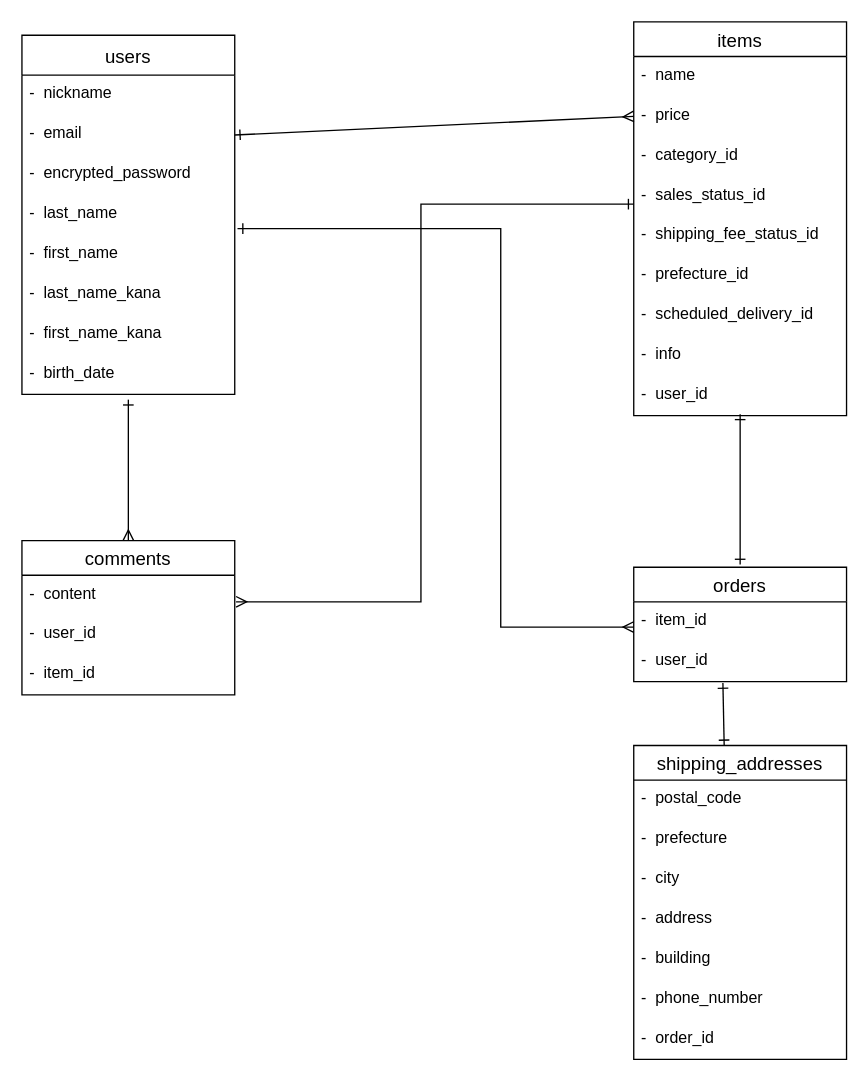
The draw.io diagram furima.dio in kkatht/furima-40022, before the edit. Source tidied: cells renumbered, new cells numbered last; positions are measured from the earlier drawing's top-left corner, leaving out a move shared by most shapes. Both pictures are drawn from the tidied source at 133%, with x=0, y=0 at pixel (21, 21).
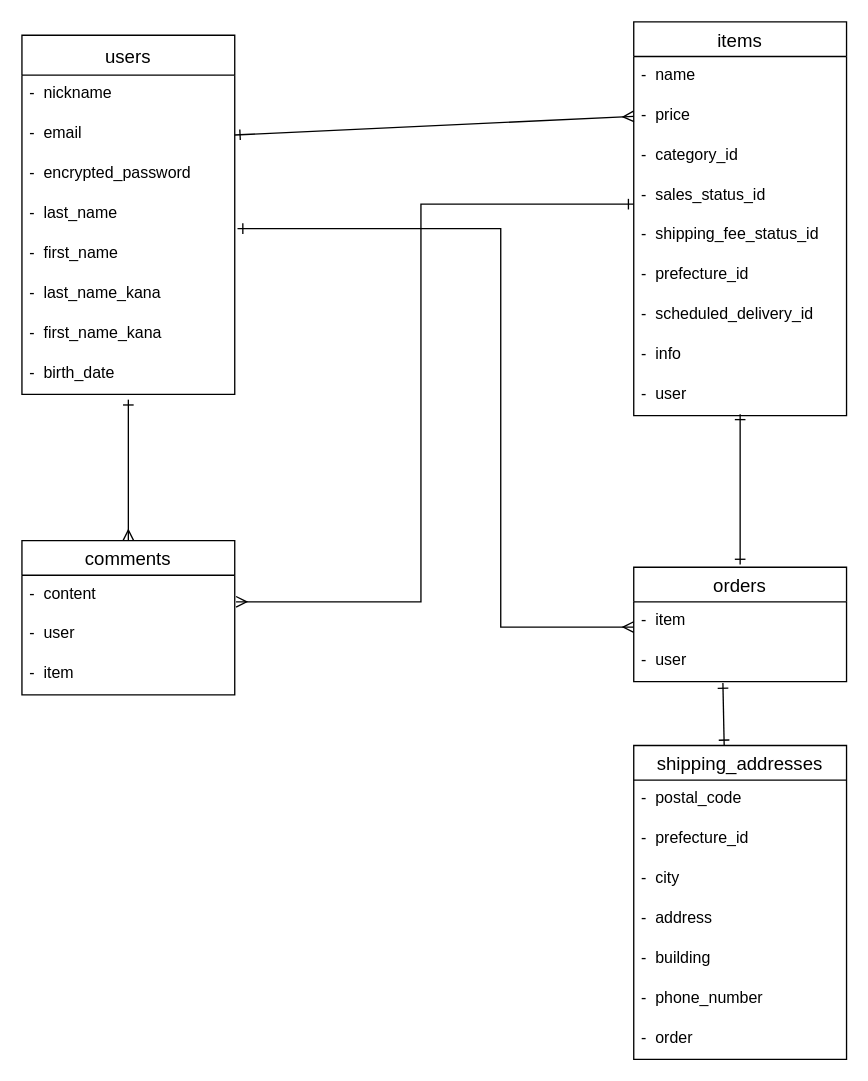
The same diagram, later.

Commit message:
データベース設計修正4

Unchanged cells that the change refers to:
```xml
<mxCell id="11" value="items" style="swimlane;fontStyle=0;horizontal=1;startSize=26;align=center;fontSize=14;" parent="1" vertex="1">
  <mxGeometry x="460" width="160" height="296" as="geometry" />
</mxCell>
<mxCell id="21" value="orders" style="swimlane;fontStyle=0;horizontal=1;startSize=26;align=center;fontSize=14;" parent="1" vertex="1">
  <mxGeometry x="460" y="410" width="160" height="86" as="geometry" />
</mxCell>
<mxCell id="25" value="comments" style="swimlane;fontStyle=0;horizontal=1;startSize=26;align=center;fontSize=14;" parent="1" vertex="1">
  <mxGeometry y="390" width="160" height="116" as="geometry" />
</mxCell>
<mxCell id="33" value="shipping_addresses" style="swimlane;fontStyle=0;horizontal=1;startSize=26;align=center;fontSize=14;" parent="1" vertex="1">
  <mxGeometry x="460" y="544" width="160" height="236" as="geometry" />
</mxCell>
```

The edit, as a diff of the source:
```diff
@@
-    <mxCell id="20" value="-  user_id" style="text;strokeColor=none;fillColor=none;spacingLeft=4;spacingRight=4;overflow=hidden;fontSize=12;" parent="11" vertex="1">
+    <mxCell id="20" value="-  user" style="text;strokeColor=none;fillColor=none;spacingLeft=4;spacingRight=4;overflow=hidden;fontSize=12;" parent="11" vertex="1">
       <mxGeometry y="266" width="160" height="30" as="geometry" />
     </mxCell>
@@
-    <mxCell id="22" value="-  item_id" style="text;strokeColor=none;fillColor=none;spacingLeft=4;spacingRight=4;overflow=hidden;points=[[0,0.5],[1,0.5]];portConstraint=eastwest;fontSize=12;" parent="21" vertex="1">
+    <mxCell id="22" value="-  item" style="text;strokeColor=none;fillColor=none;spacingLeft=4;spacingRight=4;overflow=hidden;points=[[0,0.5],[1,0.5]];portConstraint=eastwest;fontSize=12;" parent="21" vertex="1">
       <mxGeometry y="26" width="160" height="30" as="geometry" />
     </mxCell>
-    <mxCell id="23" value="-  user_id" style="text;strokeColor=none;fillColor=none;spacingLeft=4;spacingRight=4;overflow=hidden;points=[[0,0.5],[1,0.5]];portConstraint=eastwest;fontSize=12;" parent="21" vertex="1">
+    <mxCell id="23" value="-  user" style="text;strokeColor=none;fillColor=none;spacingLeft=4;spacingRight=4;overflow=hidden;points=[[0,0.5],[1,0.5]];portConstraint=eastwest;fontSize=12;" parent="21" vertex="1">
       <mxGeometry y="56" width="160" height="30" as="geometry" />
     </mxCell>
@@
-    <mxCell id="27" value="-  user_id" style="text;strokeColor=none;fillColor=none;spacingLeft=4;spacingRight=4;overflow=hidden;fontSize=12;" parent="25" vertex="1">
+    <mxCell id="27" value="-  user" style="text;strokeColor=none;fillColor=none;spacingLeft=4;spacingRight=4;overflow=hidden;fontSize=12;" parent="25" vertex="1">
       <mxGeometry y="56" width="160" height="30" as="geometry" />
     </mxCell>
-    <mxCell id="28" value="-  item_id" style="text;strokeColor=none;fillColor=none;spacingLeft=4;spacingRight=4;overflow=hidden;fontSize=12;" parent="25" vertex="1">
+    <mxCell id="28" value="-  item" style="text;strokeColor=none;fillColor=none;spacingLeft=4;spacingRight=4;overflow=hidden;fontSize=12;" parent="25" vertex="1">
       <mxGeometry y="86" width="160" height="30" as="geometry" />
     </mxCell>
@@
-    <mxCell id="35" value="-  prefecture" style="text;strokeColor=none;fillColor=none;spacingLeft=4;spacingRight=4;overflow=hidden;fontSize=12;" parent="33" vertex="1">
+    <mxCell id="35" value="-  prefecture_id" style="text;strokeColor=none;fillColor=none;spacingLeft=4;spacingRight=4;overflow=hidden;fontSize=12;" parent="33" vertex="1">
       <mxGeometry y="56" width="160" height="30" as="geometry" />
     </mxCell>
@@
-    <mxCell id="40" value="-  order_id" style="text;strokeColor=none;fillColor=none;spacingLeft=4;spacingRight=4;overflow=hidden;fontSize=12;" parent="33" vertex="1">
+    <mxCell id="40" value="-  order" style="text;strokeColor=none;fillColor=none;spacingLeft=4;spacingRight=4;overflow=hidden;fontSize=12;" parent="33" vertex="1">
       <mxGeometry y="206" width="160" height="30" as="geometry" />
     </mxCell>
```
